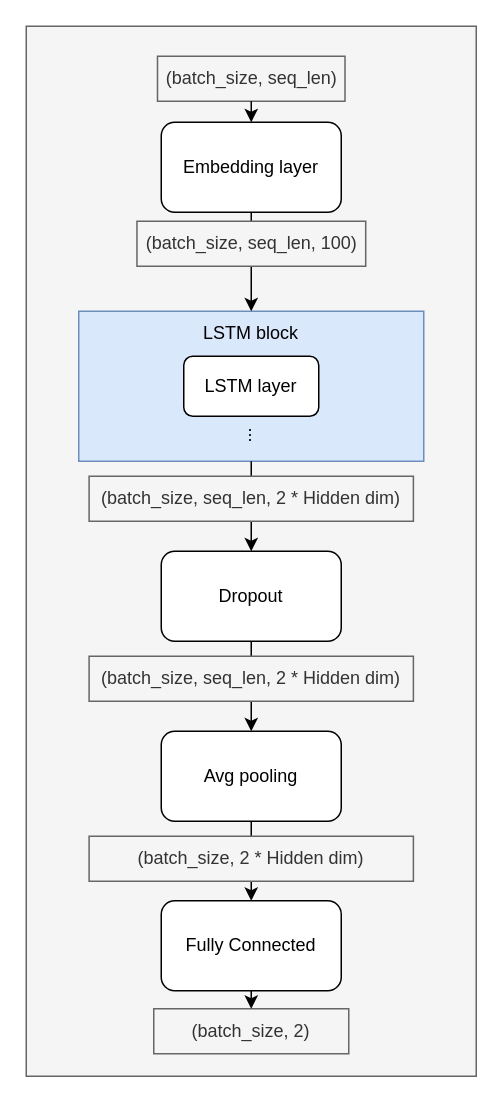
Earlier version of the draw.io diagram drawio/LSTM_arch.drawio (MatteoFasulo/Sexism-detection). Source tidied: cells renumbered, new cells numbered last; positions are measured from the earlier drawing's top-left corner, leaving out a move shared by most shapes. Both pictures are drawn from the tidied source at 150%, with x=0, y=0 at pixel (26, 26).
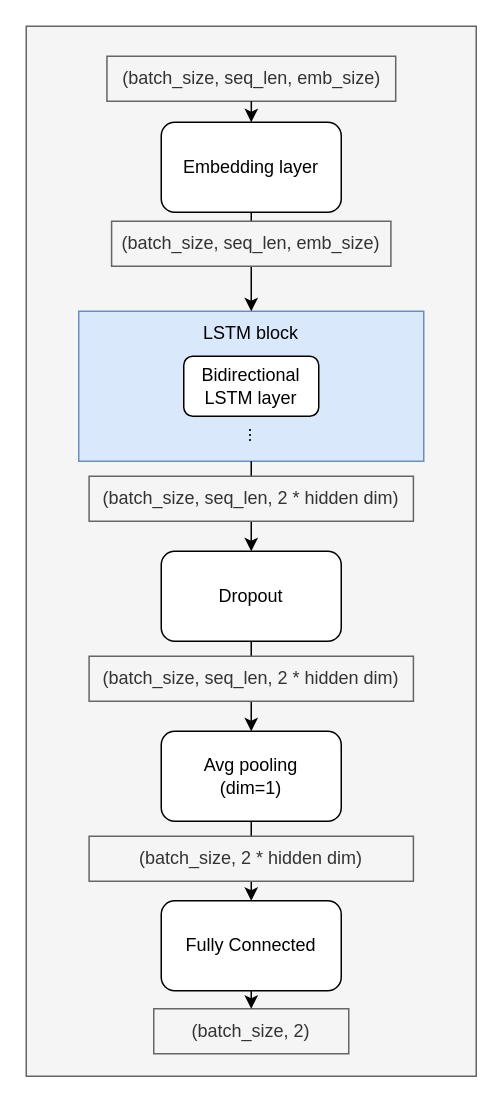
After the change.

Change to the diagram source:
```diff
@@
-    <mxCell id="5" value="LSTM layer" style="rounded=1;whiteSpace=wrap;html=1;" parent="1" vertex="1">
+    <mxCell id="5" value="Bidirectional LSTM layer" style="rounded=1;whiteSpace=wrap;html=1;" parent="1" vertex="1">
       <mxGeometry x="105" y="220" width="90" height="40" as="geometry" />
     </mxCell>
@@
-    <mxCell id="9" value="Avg pooling" style="rounded=1;whiteSpace=wrap;html=1;" parent="1" vertex="1">
+    <mxCell id="9" value="Avg pooling&lt;div&gt;(dim=1)&lt;/div&gt;" style="rounded=1;whiteSpace=wrap;html=1;" parent="1" vertex="1">
       <mxGeometry x="90" y="470" width="120" height="60" as="geometry" />
     </mxCell>
-    <mxCell id="10" value="(batch_size, seq_len)" style="text;html=1;align=center;verticalAlign=middle;whiteSpace=wrap;rounded=0;fillColor=#f5f5f5;fontColor=#333333;strokeColor=#666666;" parent="1" vertex="1">
-      <mxGeometry x="87.5" y="20" width="125" height="30" as="geometry" />
+    <mxCell id="10" value="(batch_size, seq_len, emb_size)" style="text;html=1;align=center;verticalAlign=middle;whiteSpace=wrap;rounded=0;fillColor=#f5f5f5;fontColor=#333333;strokeColor=#666666;" parent="1" vertex="1">
+      <mxGeometry x="53.8" y="20" width="192.5" height="30" as="geometry" />
     </mxCell>
@@
-    <mxCell id="13" value="(batch_size, seq_len, 100)" style="text;html=1;align=center;verticalAlign=middle;whiteSpace=wrap;rounded=0;fillColor=#f5f5f5;fontColor=#333333;strokeColor=#666666;" parent="1" vertex="1">
-      <mxGeometry x="73.8" y="130" width="152.5" height="30" as="geometry" />
+    <mxCell id="13" value="(batch_size, seq_len, emb_size)" style="text;html=1;align=center;verticalAlign=middle;whiteSpace=wrap;rounded=0;fillColor=#f5f5f5;fontColor=#333333;strokeColor=#666666;" parent="1" vertex="1">
+      <mxGeometry x="56.9" y="130" width="186.2" height="30" as="geometry" />
     </mxCell>
@@
-    <mxCell id="16" value="(batch_size, seq_len, 2 * Hidden dim)" style="text;html=1;align=center;verticalAlign=middle;whiteSpace=wrap;rounded=0;fillColor=#f5f5f5;fontColor=#333333;strokeColor=#666666;" parent="1" vertex="1">
+    <mxCell id="16" value="(batch_size, seq_len, 2 * hidden dim)" style="text;html=1;align=center;verticalAlign=middle;whiteSpace=wrap;rounded=0;fillColor=#f5f5f5;fontColor=#333333;strokeColor=#666666;" parent="1" vertex="1">
       <mxGeometry x="41.9" y="300" width="216.2" height="30" as="geometry" />
     </mxCell>
@@
-    <mxCell id="19" value="(batch_size, seq_len, 2 * Hidden dim)" style="text;html=1;align=center;verticalAlign=middle;whiteSpace=wrap;rounded=0;fillColor=#f5f5f5;fontColor=#333333;strokeColor=#666666;" parent="1" vertex="1">
+    <mxCell id="19" value="(batch_size, seq_len, 2 * hidden dim)" style="text;html=1;align=center;verticalAlign=middle;whiteSpace=wrap;rounded=0;fillColor=#f5f5f5;fontColor=#333333;strokeColor=#666666;" parent="1" vertex="1">
       <mxGeometry x="41.9" y="420" width="216.2" height="30" as="geometry" />
     </mxCell>
-    <mxCell id="20" value="(batch_size, 2 * Hidden dim)" style="text;html=1;align=center;verticalAlign=middle;whiteSpace=wrap;rounded=0;fillColor=#f5f5f5;fontColor=#333333;strokeColor=#666666;" parent="1" vertex="1">
+    <mxCell id="20" value="(batch_size, 2 * hidden dim)" style="text;html=1;align=center;verticalAlign=middle;whiteSpace=wrap;rounded=0;fillColor=#f5f5f5;fontColor=#333333;strokeColor=#666666;" parent="1" vertex="1">
       <mxGeometry x="41.9" y="540" width="216.2" height="30" as="geometry" />
     </mxCell>
```
